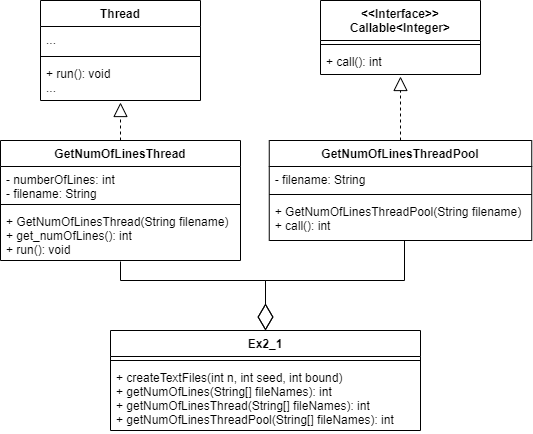
This is UML_part_A.png from Sari-Saif/OOP.Assignment2, a draw.io export, as it was before one commit. Source tidied: cells renumbered, new cells last; positions are measured from the earlier drawing's top-left corner, leaving out a move shared by most shapes.
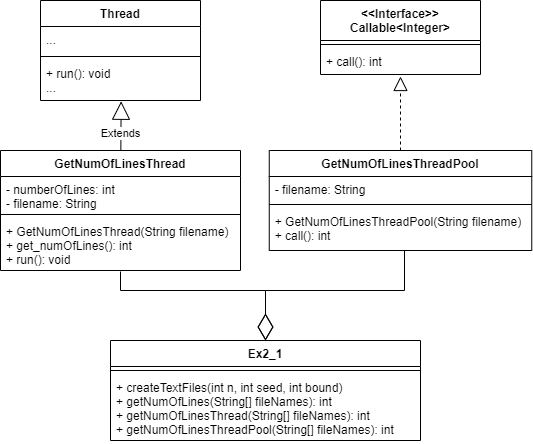
The same diagram one commit later.

What changed in the source:
```diff
@@ -3,7 +3,7 @@
     <mxCell id="0" />
     <mxCell id="1" parent="0" />
     <mxCell id="2" value="Thread" style="swimlane;fontStyle=1;align=center;verticalAlign=top;horizontal=1;startSize=26;" parent="1" vertex="1">
-      <mxGeometry x="40" width="160" height="100" as="geometry" />
+      <mxGeometry x="40" y="-10" width="160" height="100" as="geometry" />
     </mxCell>
     <mxCell id="3" value="..." style="text;strokeColor=none;fillColor=none;align=left;verticalAlign=top;spacingLeft=4;spacingRight=4;overflow=hidden;" parent="2" vertex="1">
       <mxGeometry y="26" width="160" height="26" as="geometry" />
@@ -26,11 +26,8 @@
     <mxCell id="9" value="+ GetNumOfLinesThread(String filename)&#10;+ get_numOfLines(): int&#10;+ run(): void&#10;..." style="text;strokeColor=none;fillColor=none;align=left;verticalAlign=top;spacingLeft=4;spacingRight=4;overflow=hidden;points=[[0,0.5],[1,0.5]];portConstraint=eastwest;" parent="6" vertex="1">
       <mxGeometry y="68" width="240" height="52" as="geometry" />
     </mxCell>
-    <mxCell id="10" style="endArrow=block;dashed=1;endFill=0;endSize=12;html=1;rounded=0;entryX=0.5;entryY=1.05;entryDx=0;entryDy=0;entryPerimeter=0;exitX=0.5;exitY=0;exitDx=0;exitDy=0;" parent="1" edge="1" source="6" target="5">
-      <mxGeometry relative="1" as="geometry" />
-    </mxCell>
     <mxCell id="11" value="&lt;&lt;Interface&gt;&gt;&#10;Callable&lt;Integer&gt;" style="swimlane;fontStyle=1;align=center;verticalAlign=top;horizontal=1;startSize=40;" parent="1" vertex="1">
-      <mxGeometry x="320" width="160" height="74" as="geometry" />
+      <mxGeometry x="320" y="-10" width="160" height="74" as="geometry" />
     </mxCell>
     <mxCell id="12" style="line;strokeWidth=1;fillColor=none;align=left;verticalAlign=middle;spacingTop=-1;spacingLeft=3;spacingRight=3;labelPosition=right;strokeColor=inherit;" parent="11" vertex="1">
       <mxGeometry y="40" width="160" height="8" as="geometry" />
@@ -79,5 +76,8 @@
         </Array>
       </mxGeometry>
     </mxCell>
+    <mxCell id="10" value="Extends" style="endArrow=block;endSize=16;endFill=0;html=1;rounded=0;entryX=0.504;entryY=1.019;entryDx=0;entryDy=0;entryPerimeter=0;" parent="1" edge="1" source="6" target="5">
+      <mxGeometry x="-0.32" relative="1" as="geometry" />
+    </mxCell>
   </root>
 </mxGraphModel>
```
